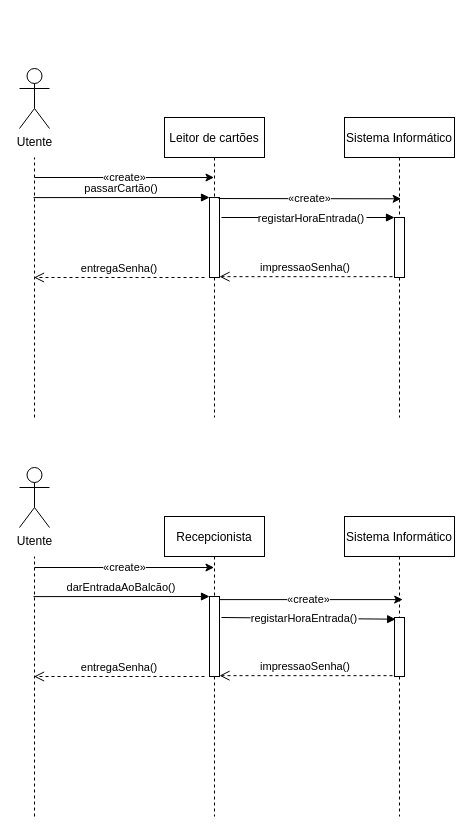
Before: page "Check-in manual e automático" (6 of 7) of 4. Diagramas de Sequências.drawio in carlan92/Hospital_Management_System, a draw.io diagram. Source tidied: cells renumbered, new cells numbered last; positions are measured from the earlier drawing's top-left corner, leaving out a move shared by most shapes. Both pictures are drawn from the tidied source at 100%, with x=0, y=0 at pixel (19, 68).
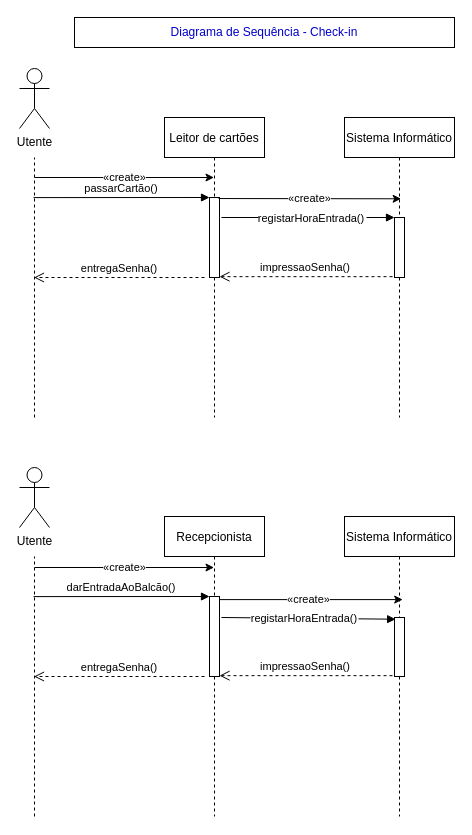
The same diagram, later.

What changed in the source:
```diff
@@
+    <mxCell id="26" value="Diagrama de Sequência - Check-in" style="rounded=0;whiteSpace=wrap;html=1;fontColor=#0000CC;" parent="1" vertex="1">
+      <mxGeometry x="55" y="-51" width="380" height="30" as="geometry" />
+    </mxCell>
```
